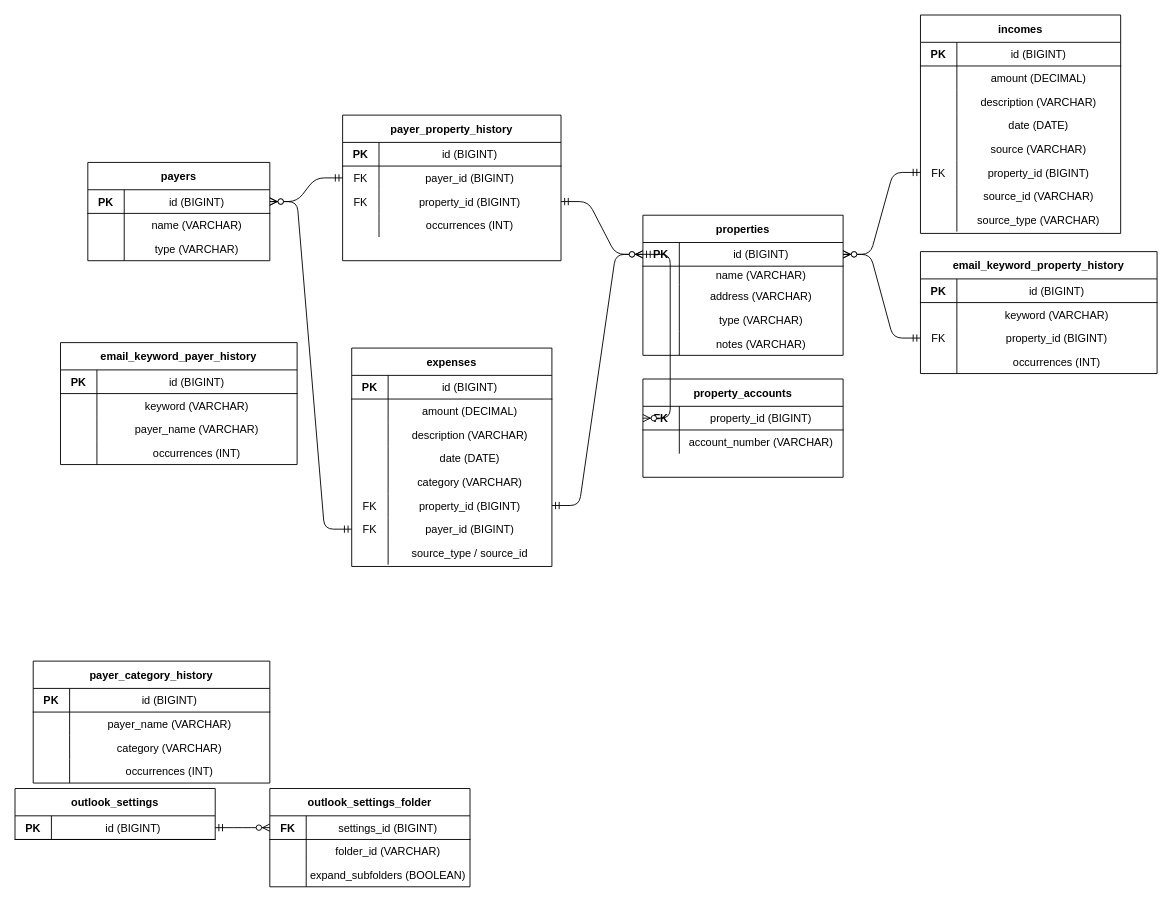
The draw.io diagram diagrams/erd.drawio in jinloes/bookie, before the edit. Source tidied: cells renumbered, new cells numbered last; positions are measured from the earlier drawing's top-left corner, leaving out a move shared by most shapes. Both pictures are drawn from the tidied source at 91%, with x=0, y=0 at pixel (15, 15).
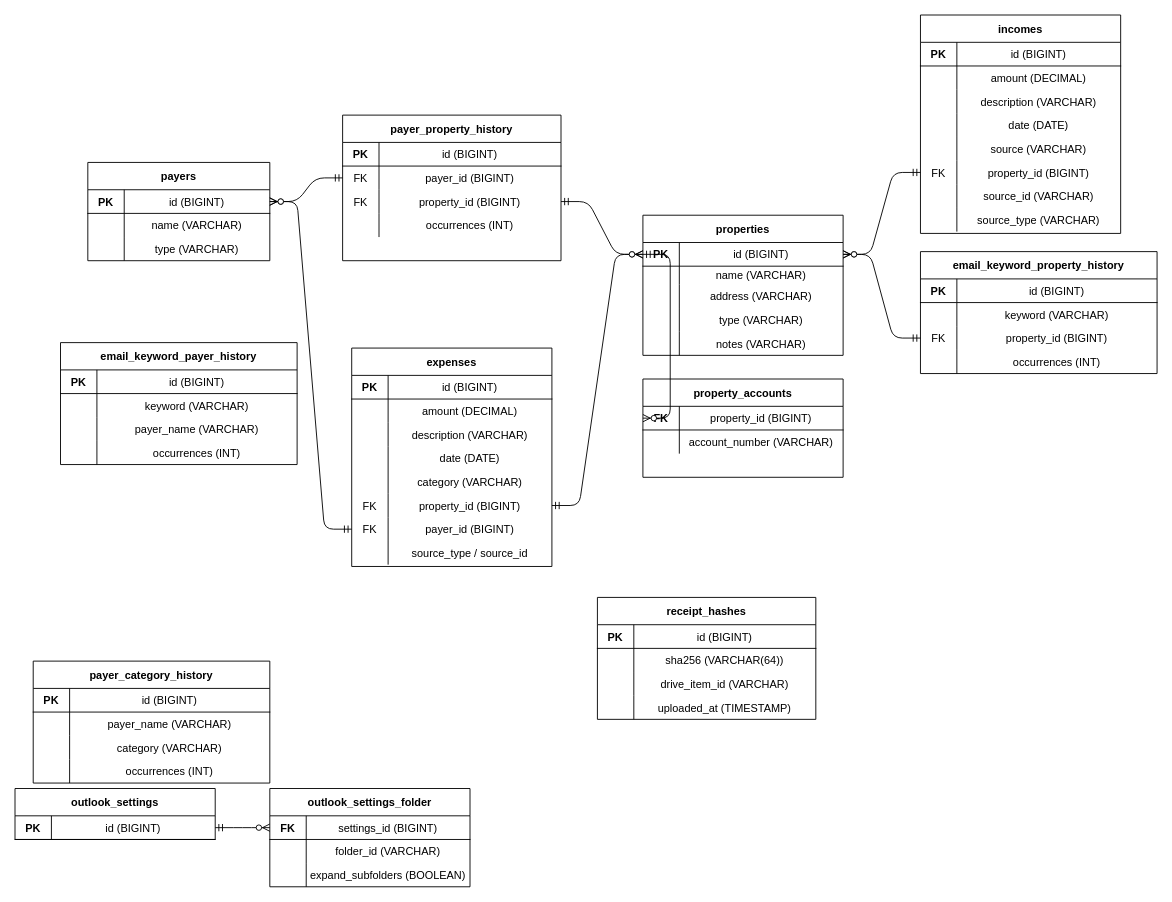
Above is the later version.

What changed in the source:
```diff
@@
+    <mxCell id="159" value="receipt_hashes" style="shape=table;startSize=30;childLayout=tableLayout;rowLines=0;fontStyle=1;align=center;" parent="1" vertex="1">
+      <mxGeometry x="640" y="640" width="240" height="134" as="geometry" />
+    </mxCell>
+    <mxCell id="160" style="shape=tableRow;horizontal=0;startSize=0;swimlaneHead=0;swimlaneBody=0;fillColor=none;fontSize=12;top=0;left=0;right=0;bottom=1;" parent="159" vertex="1">
+      <mxGeometry y="30" width="240" height="26" as="geometry" />
+    </mxCell>
+    <mxCell id="161" value="PK" style="shape=partialRectangle;fillColor=none;top=0;left=0;bottom=0;right=0;fontStyle=1;overflow=hidden;" parent="160" vertex="1">
+      <mxGeometry width="40" height="26" as="geometry" />
+    </mxCell>
+    <mxCell id="162" value="id (BIGINT)" style="shape=partialRectangle;fillColor=none;top=0;left=0;bottom=0;right=0;overflow=hidden;" parent="160" vertex="1">
+      <mxGeometry x="40" width="200" height="26" as="geometry" />
+    </mxCell>
+    <mxCell id="163" style="shape=tableRow;horizontal=0;startSize=0;swimlaneHead=0;swimlaneBody=0;fillColor=none;fontSize=12;top=0;left=0;right=0;bottom=0;" parent="159" vertex="1">
+      <mxGeometry y="56" width="240" height="26" as="geometry" />
+    </mxCell>
+    <mxCell id="164" style="shape=partialRectangle;fillColor=none;top=0;left=0;bottom=0;right=0;overflow=hidden;" parent="163" vertex="1">
+      <mxGeometry width="40" height="26" as="geometry" />
+    </mxCell>
+    <mxCell id="165" value="sha256 (VARCHAR(64))" style="shape=partialRectangle;fillColor=none;top=0;left=0;bottom=0;right=0;overflow=hidden;" parent="163" vertex="1">
+      <mxGeometry x="40" width="200" height="26" as="geometry" />
+    </mxCell>
+    <mxCell id="166" style="shape=tableRow;horizontal=0;startSize=0;swimlaneHead=0;swimlaneBody=0;fillColor=none;fontSize=12;top=0;left=0;right=0;bottom=0;" parent="159" vertex="1">
+      <mxGeometry y="82" width="240" height="26" as="geometry" />
+    </mxCell>
+    <mxCell id="167" style="shape=partialRectangle;fillColor=none;top=0;left=0;bottom=0;right=0;overflow=hidden;" parent="166" vertex="1">
+      <mxGeometry width="40" height="26" as="geometry" />
+    </mxCell>
+    <mxCell id="168" value="drive_item_id (VARCHAR)" style="shape=partialRectangle;fillColor=none;top=0;left=0;bottom=0;right=0;overflow=hidden;" parent="166" vertex="1">
+      <mxGeometry x="40" width="200" height="26" as="geometry" />
+    </mxCell>
+    <mxCell id="169" style="shape=tableRow;horizontal=0;startSize=0;swimlaneHead=0;swimlaneBody=0;fillColor=none;fontSize=12;top=0;left=0;right=0;bottom=0;" parent="159" vertex="1">
+      <mxGeometry y="108" width="240" height="26" as="geometry" />
+    </mxCell>
+    <mxCell id="170" style="shape=partialRectangle;fillColor=none;top=0;left=0;bottom=0;right=0;overflow=hidden;" parent="169" vertex="1">
+      <mxGeometry width="40" height="26" as="geometry" />
+    </mxCell>
+    <mxCell id="171" value="uploaded_at (TIMESTAMP)" style="shape=partialRectangle;fillColor=none;top=0;left=0;bottom=0;right=0;overflow=hidden;" parent="169" vertex="1">
+      <mxGeometry x="40" width="200" height="26" as="geometry" />
+    </mxCell>
```
